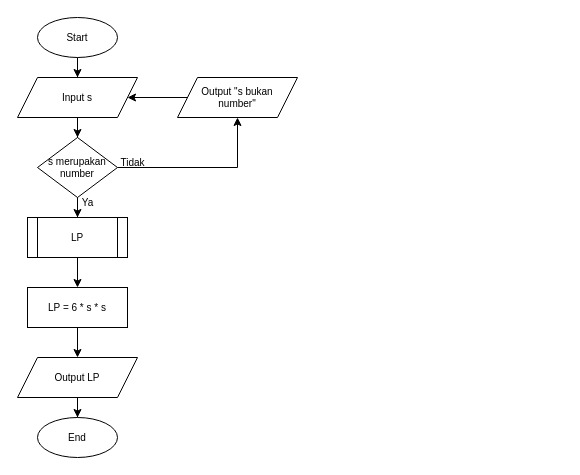
Above: page "Luas Permukaan Dadu" (2 of 2) of 5-Flowchart.drawio in mfdrfauzi/fwg17-computer-science (draw.io), before the change. Source tidied: cells renumbered, new cells numbered last; positions are measured from the earlier drawing's top-left corner, leaving out a move shared by most shapes. Both pictures are drawn from the tidied source at 100%, with x=0, y=0 at pixel (17, 17).
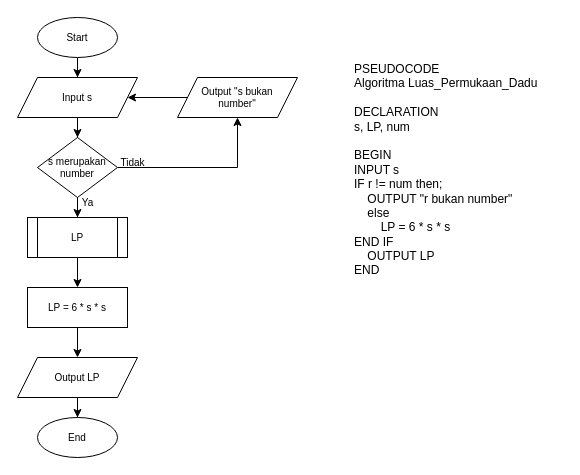
The same diagram, later.

Diff of the diagram source:
```diff
@@
+    <mxCell id="20" value="PSEUDOCODE&lt;br&gt;&lt;div&gt;Algoritma Luas_Permukaan_Dadu&lt;/div&gt;&lt;div&gt;&lt;br&gt;&lt;/div&gt;&lt;div&gt;DECLARATION&lt;/div&gt;&lt;div&gt;s, LP, num&lt;/div&gt;&lt;div&gt;&lt;br&gt;&lt;/div&gt;&lt;div&gt;BEGIN&lt;/div&gt;&lt;div&gt;INPUT s&lt;span style=&quot;&quot;&gt;&lt;/span&gt;&lt;/div&gt;&lt;div&gt;IF r != num then;&lt;/div&gt;&lt;div&gt;&lt;span style=&quot;&quot;&gt;&lt;span style=&quot;&quot;&gt;&lt;span style=&quot;white-space: pre;&quot;&gt;&amp;nbsp;&amp;nbsp;&amp;nbsp;&amp;nbsp;&lt;/span&gt;&lt;/span&gt;OUTPUT &quot;r bukan number&quot;&lt;/span&gt;&lt;/div&gt;&lt;div&gt;&lt;span style=&quot;&quot;&gt;&lt;span style=&quot;&quot;&gt;&lt;span style=&quot;white-space: pre;&quot;&gt;&amp;nbsp;&amp;nbsp;&amp;nbsp;&amp;nbsp;&lt;/span&gt;&lt;/span&gt;else&lt;/span&gt;&lt;/div&gt;&lt;div&gt;&lt;span style=&quot;&quot;&gt;&lt;span style=&quot;&quot;&gt;&lt;span style=&quot;white-space: pre;&quot;&gt;&amp;nbsp;&amp;nbsp;&amp;nbsp;&amp;nbsp;&lt;/span&gt;&lt;span style=&quot;white-space: pre;&quot;&gt;&amp;nbsp;&amp;nbsp;&amp;nbsp;&amp;nbsp;&lt;/span&gt;&lt;/span&gt;LP = 6 * s * s&lt;/span&gt;&lt;/div&gt;&lt;div&gt;END IF&lt;/div&gt;&lt;div&gt;&lt;span style=&quot;&quot;&gt;&lt;span style=&quot;&quot;&gt;&lt;span style=&quot;white-space: pre;&quot;&gt;&amp;nbsp;&amp;nbsp;&amp;nbsp;&amp;nbsp;&lt;/span&gt;&lt;/span&gt;OUTPUT LP&lt;/span&gt;&lt;/div&gt;&lt;div&gt;END&lt;/div&gt;" style="text;html=1;align=left;verticalAlign=top;strokeColor=none;fillColor=none;" parent="1" vertex="1">
+      <mxGeometry x="335" y="38" width="210" height="230" as="geometry" />
+    </mxCell>
```
